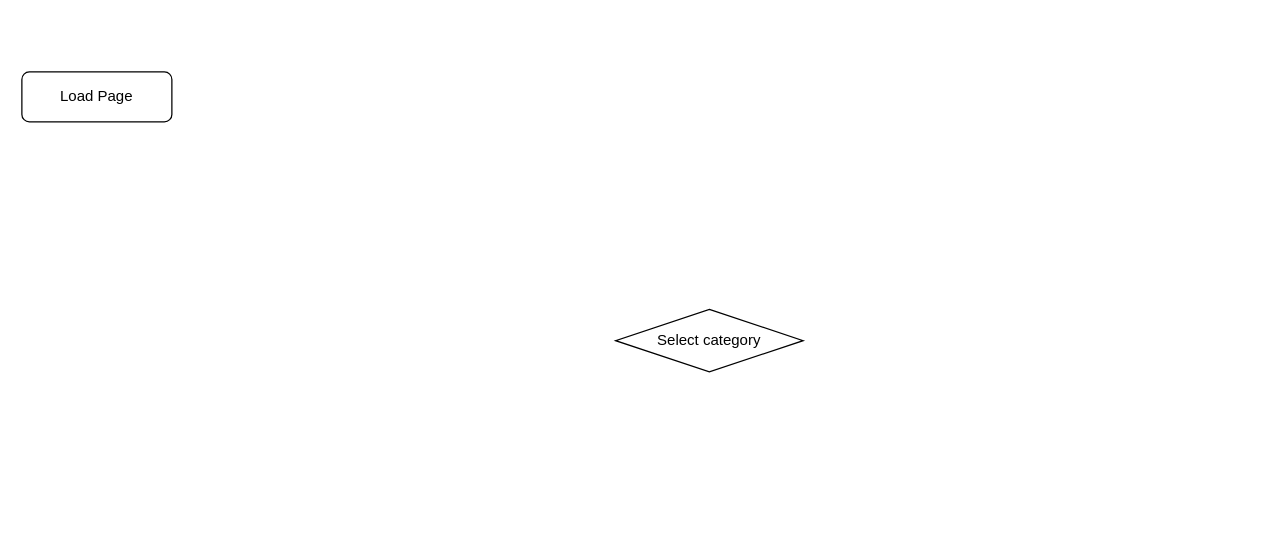
Earlier version of the draw.io diagram page "Favorites list" (2 of 3) of src/Filter Products Diagram.drawio (bryturner/grocery-comparison-client). Source tidied: cells renumbered, new cells numbered last; positions are measured from the earlier drawing's top-left corner, leaving out a move shared by most shapes. Both pictures are drawn from the tidied source at 125%, with x=0, y=0 at pixel (21, 71).
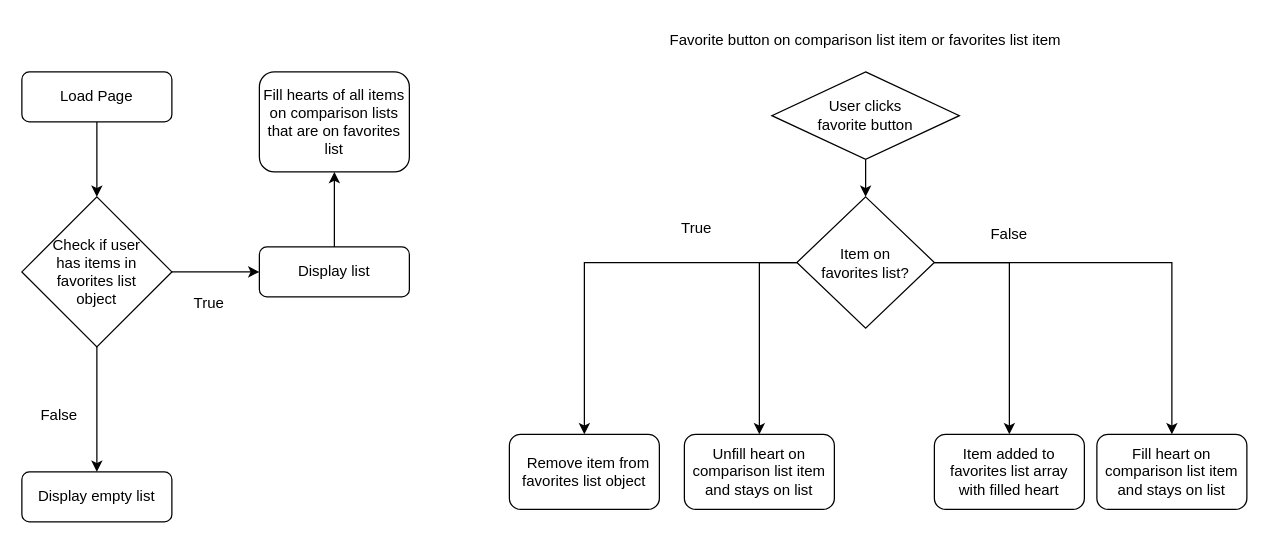
The same page after the edit.

The change refers to these unchanged cells:
```xml
<mxCell id="3" value="Load Page" style="rounded=1;whiteSpace=wrap;html=1;fontSize=12;glass=0;strokeWidth=1;shadow=0;" parent="1" vertex="1">
  <mxGeometry width="120" height="40" as="geometry" />
</mxCell>
```

Diff of the diagram source:
```diff
@@
+    <mxCell id="4" style="edgeStyle=orthogonalEdgeStyle;rounded=0;jettySize=auto;html=1;entryX=0.5;entryY=0;entryDx=0;entryDy=0;" parent="1" edge="1" source="2" target="21">
+      <mxGeometry relative="1" as="geometry" />
+    </mxCell>
-    <mxCell id="2" value="Select category" style="rhombus;whiteSpace=wrap;html=1;" parent="1" vertex="1">
-      <mxGeometry x="475" y="190" width="150" height="50" as="geometry" />
+    <mxCell id="2" value="User clicks &lt;br&gt;favorite button" style="rhombus;whiteSpace=wrap;html=1;" parent="1" vertex="1">
+      <mxGeometry x="600" width="150" height="70" as="geometry" />
     </mxCell>
+    <mxCell id="5" style="edgeStyle=orthogonalEdgeStyle;rounded=0;jettySize=auto;html=1;entryX=0.5;entryY=0;entryDx=0;entryDy=0;" parent="1" edge="1" source="3" target="9">
+      <mxGeometry relative="1" as="geometry" />
+    </mxCell>
@@
+    <mxCell id="6" value="Display empty list" style="rounded=1;whiteSpace=wrap;html=1;fontSize=12;glass=0;strokeWidth=1;shadow=0;" parent="1" vertex="1">
+      <mxGeometry y="320" width="120" height="40" as="geometry" />
+    </mxCell>
+    <mxCell id="7" style="edgeStyle=orthogonalEdgeStyle;rounded=0;jettySize=auto;html=1;entryX=0.5;entryY=0;entryDx=0;entryDy=0;" parent="1" edge="1" source="9" target="6">
+      <mxGeometry relative="1" as="geometry" />
+    </mxCell>
+    <mxCell id="8" style="edgeStyle=orthogonalEdgeStyle;rounded=0;jettySize=auto;html=1;entryX=0;entryY=0.5;entryDx=0;entryDy=0;" parent="1" edge="1" source="9" target="14">
+      <mxGeometry relative="1" as="geometry">
+        <Array as="points">
+          <mxPoint x="190" y="160" />
+        </Array>
+      </mxGeometry>
+    </mxCell>
+    <mxCell id="9" value="&lt;div&gt;&lt;span&gt;Check if user&lt;/span&gt;&lt;/div&gt;&lt;div&gt;&lt;span&gt;has items in&lt;/span&gt;&lt;/div&gt;&lt;div&gt;&lt;span&gt;favorites list&lt;/span&gt;&lt;/div&gt;&lt;div&gt;object&lt;/div&gt;" style="rhombus;whiteSpace=wrap;html=1;align=center;" parent="1" vertex="1">
+      <mxGeometry y="100" width="120" height="120" as="geometry" />
+    </mxCell>
+    <mxCell id="10" value="False" style="text;html=1;strokeColor=none;fillColor=none;align=center;verticalAlign=middle;whiteSpace=wrap;rounded=0;" parent="1" vertex="1">
+      <mxGeometry y="260" width="60" height="30" as="geometry" />
+    </mxCell>
+    <mxCell id="11" value="True" style="text;html=1;strokeColor=none;fillColor=none;align=center;verticalAlign=middle;whiteSpace=wrap;rounded=0;" parent="1" vertex="1">
+      <mxGeometry x="120" y="170" width="60" height="30" as="geometry" />
+    </mxCell>
+    <mxCell id="12" value="Fill heart on comparison list item and stays on list" style="rounded=1;whiteSpace=wrap;html=1;fontSize=12;glass=0;strokeWidth=1;shadow=0;" parent="1" vertex="1">
+      <mxGeometry x="860" y="290" width="120" height="60" as="geometry" />
+    </mxCell>
+    <mxCell id="13" style="edgeStyle=orthogonalEdgeStyle;rounded=0;jettySize=auto;html=1;entryX=0.5;entryY=1;entryDx=0;entryDy=0;" parent="1" edge="1" source="14" target="16">
+      <mxGeometry relative="1" as="geometry" />
+    </mxCell>
+    <mxCell id="14" value="Display list" style="rounded=1;whiteSpace=wrap;html=1;fontSize=12;glass=0;strokeWidth=1;shadow=0;" parent="1" vertex="1">
+      <mxGeometry x="190" y="140" width="120" height="40" as="geometry" />
+    </mxCell>
+    <mxCell id="15" value="Item added to favorites list array with filled heart" style="rounded=1;whiteSpace=wrap;html=1;fontSize=12;glass=0;strokeWidth=1;shadow=0;" parent="1" vertex="1">
+      <mxGeometry x="730" y="290" width="120" height="60" as="geometry" />
+    </mxCell>
+    <mxCell id="16" value="Fill hearts of all items on comparison lists that are on favorites list" style="rounded=1;whiteSpace=wrap;html=1;fontSize=12;glass=0;strokeWidth=1;shadow=0;" parent="1" vertex="1">
+      <mxGeometry x="190" width="120" height="80" as="geometry" />
+    </mxCell>
+    <mxCell id="17" style="edgeStyle=orthogonalEdgeStyle;rounded=0;jettySize=auto;html=1;exitX=1;exitY=0.5;exitDx=0;exitDy=0;entryX=0.5;entryY=0;entryDx=0;entryDy=0;" parent="1" edge="1" source="21" target="12">
+      <mxGeometry relative="1" as="geometry">
+        <Array as="points">
+          <mxPoint x="920" y="153" />
+        </Array>
+      </mxGeometry>
+    </mxCell>
+    <mxCell id="18" style="edgeStyle=orthogonalEdgeStyle;rounded=0;jettySize=auto;html=1;exitX=1;exitY=0.5;exitDx=0;exitDy=0;" parent="1" edge="1" source="21" target="15">
+      <mxGeometry relative="1" as="geometry" />
+    </mxCell>
+    <mxCell id="19" style="edgeStyle=orthogonalEdgeStyle;rounded=0;jettySize=auto;html=1;entryX=0.5;entryY=0;entryDx=0;entryDy=0;" parent="1" edge="1" source="21" target="23">
+      <mxGeometry relative="1" as="geometry" />
+    </mxCell>
+    <mxCell id="20" style="edgeStyle=orthogonalEdgeStyle;rounded=0;jettySize=auto;html=1;entryX=0.5;entryY=0;entryDx=0;entryDy=0;" parent="1" edge="1" source="21" target="24">
+      <mxGeometry relative="1" as="geometry">
+        <Array as="points">
+          <mxPoint x="590" y="153" />
+        </Array>
+      </mxGeometry>
+    </mxCell>
+    <mxCell id="21" value="Item on &lt;br&gt;favorites list?" style="rhombus;whiteSpace=wrap;html=1;" parent="1" vertex="1">
+      <mxGeometry x="620" y="100" width="110" height="105" as="geometry" />
+    </mxCell>
+    <mxCell id="22" value="False" style="text;html=1;strokeColor=none;fillColor=none;align=center;verticalAlign=middle;whiteSpace=wrap;rounded=0;" parent="1" vertex="1">
+      <mxGeometry x="760" y="115" width="60" height="30" as="geometry" />
+    </mxCell>
+    <mxCell id="23" value="&amp;nbsp; Remove item from favorites list object" style="rounded=1;whiteSpace=wrap;html=1;fontSize=12;glass=0;strokeWidth=1;shadow=0;" parent="1" vertex="1">
+      <mxGeometry x="390" y="290" width="120" height="60" as="geometry" />
+    </mxCell>
+    <mxCell id="24" value="Unfill heart on comparison list item and stays on list" style="rounded=1;whiteSpace=wrap;html=1;fontSize=12;glass=0;strokeWidth=1;shadow=0;" parent="1" vertex="1">
+      <mxGeometry x="530" y="290" width="120" height="60" as="geometry" />
+    </mxCell>
+    <mxCell id="25" value="True" style="text;html=1;strokeColor=none;fillColor=none;align=center;verticalAlign=middle;whiteSpace=wrap;rounded=0;" parent="1" vertex="1">
+      <mxGeometry x="510" y="110" width="60" height="30" as="geometry" />
+    </mxCell>
+    <mxCell id="26" value="Favorite button on comparison list item or favorites list item" style="text;html=1;strokeColor=none;fillColor=none;align=center;verticalAlign=middle;whiteSpace=wrap;rounded=0;" parent="1" vertex="1">
+      <mxGeometry x="490" y="-40" width="370" height="30" as="geometry" />
+    </mxCell>
```
